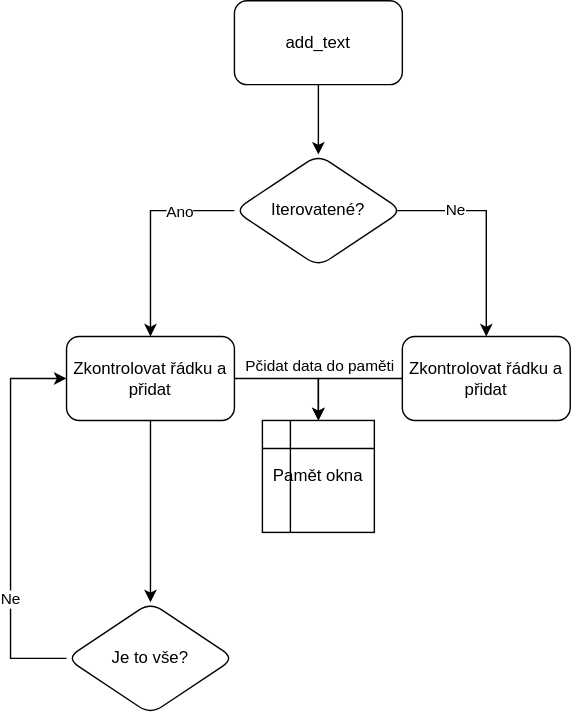
Earlier version of the draw.io export latex/pictures/logic-window.drawio.svg (Kybernauti-4/DnD_YearWork). Source tidied: cells renumbered, new cells last; positions are measured from the earlier drawing's top-left corner, leaving out a move shared by most shapes. The source it was exported from:
```xml
<mxGraphModel>
  <root>
    <mxCell id="0" />
    <mxCell id="1" parent="0" />
    <mxCell id="2" style="edgeStyle=orthogonalEdgeStyle;rounded=0;jettySize=auto;html=1;entryX=0.5;entryY=0;entryDx=0;entryDy=0;" parent="1" edge="1" source="3" target="17">
      <mxGeometry relative="1" as="geometry" />
    </mxCell>
    <mxCell id="3" value="add_text" style="rounded=1;whiteSpace=wrap;html=1;" parent="1" vertex="1">
      <mxGeometry x="160" width="120" height="60" as="geometry" />
    </mxCell>
    <mxCell id="4" style="edgeStyle=orthogonalEdgeStyle;rounded=0;jettySize=auto;html=1;" parent="1" edge="1" source="6" target="16">
      <mxGeometry relative="1" as="geometry" />
    </mxCell>
    <mxCell id="5" style="edgeStyle=orthogonalEdgeStyle;rounded=0;jettySize=auto;html=1;exitX=1;exitY=0.5;exitDx=0;exitDy=0;entryX=0.5;entryY=0;entryDx=0;entryDy=0;" parent="1" edge="1" source="6" target="18">
      <mxGeometry relative="1" as="geometry" />
    </mxCell>
    <mxCell id="6" value="Zkontrolovat řádku a přidat" style="rounded=1;whiteSpace=wrap;html=1;" parent="1" vertex="1">
      <mxGeometry x="40" y="240" width="120" height="60" as="geometry" />
    </mxCell>
    <mxCell id="7" style="edgeStyle=orthogonalEdgeStyle;rounded=0;jettySize=auto;html=1;entryX=0.5;entryY=0;entryDx=0;entryDy=0;" parent="1" edge="1" source="9" target="18">
      <mxGeometry relative="1" as="geometry" />
    </mxCell>
    <mxCell id="8" value="Pčidat data do paměti" style="edgeLabel;html=1;align=center;verticalAlign=middle;" parent="7" vertex="1">
      <mxGeometry x="0.02" y="2" relative="1" as="geometry">
        <mxPoint x="-14" y="-12" as="offset" />
      </mxGeometry>
    </mxCell>
    <mxCell id="9" value="Zkontrolovat řádku a přidat" style="rounded=1;whiteSpace=wrap;html=1;" parent="1" vertex="1">
      <mxGeometry x="280" y="240" width="120" height="60" as="geometry" />
    </mxCell>
    <mxCell id="10" style="endArrow=classic;html=1;rounded=0;entryX=0.5;entryY=0;entryDx=0;entryDy=0;" parent="1" edge="1" target="9">
      <mxGeometry relative="1" as="geometry">
        <mxPoint x="270" y="150" as="sourcePoint" />
        <Array as="points">
          <mxPoint x="340" y="150" />
        </Array>
      </mxGeometry>
    </mxCell>
    <mxCell id="11" value="Ne" style="edgeLabel;html=1;align=center;verticalAlign=middle;" parent="10" vertex="1">
      <mxGeometry x="-0.41" y="1" relative="1" as="geometry" />
    </mxCell>
    <mxCell id="12" style="endArrow=classic;html=1;rounded=0;exitX=0;exitY=0.5;exitDx=0;exitDy=0;entryX=0.5;entryY=0;entryDx=0;entryDy=0;" parent="1" edge="1" source="17" target="6">
      <mxGeometry relative="1" as="geometry">
        <Array as="points">
          <mxPoint x="100" y="150" />
        </Array>
      </mxGeometry>
    </mxCell>
    <mxCell id="13" value="Ano&lt;br&gt;" style="edgeLabel;html=1;align=center;verticalAlign=middle;" parent="12" vertex="1">
      <mxGeometry x="-0.79" relative="1" as="geometry">
        <mxPoint x="-24" as="offset" />
      </mxGeometry>
    </mxCell>
    <mxCell id="14" style="edgeStyle=orthogonalEdgeStyle;rounded=0;jettySize=auto;html=1;entryX=0;entryY=0.5;entryDx=0;entryDy=0;" parent="1" edge="1" source="16" target="6">
      <mxGeometry relative="1" as="geometry">
        <Array as="points">
          <mxPoint y="470" />
          <mxPoint y="270" />
        </Array>
      </mxGeometry>
    </mxCell>
    <mxCell id="15" value="Ne" style="edgeLabel;html=1;align=center;verticalAlign=middle;" parent="14" vertex="1">
      <mxGeometry x="-0.41" y="1" relative="1" as="geometry" />
    </mxCell>
    <mxCell id="16" value="Je to vše?" style="rhombus;whiteSpace=wrap;html=1;rounded=1;" parent="1" vertex="1">
      <mxGeometry x="40" y="430" width="120" height="80" as="geometry" />
    </mxCell>
    <mxCell id="17" value="Iterovatené?" style="rhombus;whiteSpace=wrap;html=1;rounded=1;" parent="1" vertex="1">
      <mxGeometry x="160" y="110" width="120" height="80" as="geometry" />
    </mxCell>
    <mxCell id="18" value="Pamět okna" style="shape=internalStorage;whiteSpace=wrap;html=1;backgroundOutline=1;" parent="1" vertex="1">
      <mxGeometry x="180" y="300" width="80" height="80" as="geometry" />
    </mxCell>
  </root>
</mxGraphModel>
```
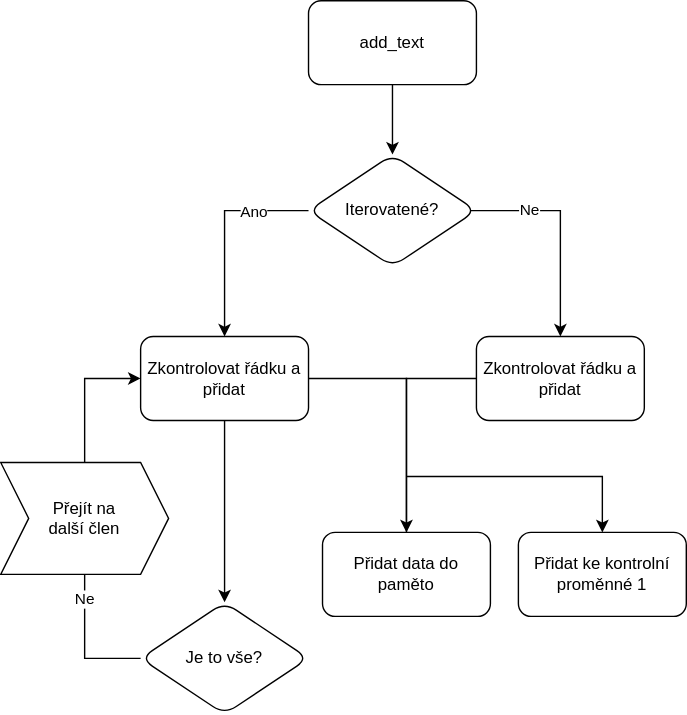
The same diagram one commit later.

What changed in the source:
```diff
@@ -11,20 +11,21 @@
     <mxCell id="4" style="edgeStyle=orthogonalEdgeStyle;rounded=0;jettySize=auto;html=1;" parent="1" edge="1" source="6" target="16">
       <mxGeometry relative="1" as="geometry" />
     </mxCell>
-    <mxCell id="5" style="edgeStyle=orthogonalEdgeStyle;rounded=0;jettySize=auto;html=1;exitX=1;exitY=0.5;exitDx=0;exitDy=0;entryX=0.5;entryY=0;entryDx=0;entryDy=0;" parent="1" edge="1" source="6" target="18">
-      <mxGeometry relative="1" as="geometry" />
+    <mxCell id="5" style="edgeStyle=orthogonalEdgeStyle;rounded=0;jettySize=auto;html=1;exitX=1;exitY=0.5;exitDx=0;exitDy=0;entryX=0.5;entryY=0;entryDx=0;entryDy=0;" parent="1" edge="1" source="6">
+      <mxGeometry relative="1" as="geometry">
+        <mxPoint x="230" y="410" as="targetPoint" />
+      </mxGeometry>
     </mxCell>
     <mxCell id="6" value="Zkontrolovat řádku a přidat" style="rounded=1;whiteSpace=wrap;html=1;" parent="1" vertex="1">
       <mxGeometry x="40" y="240" width="120" height="60" as="geometry" />
     </mxCell>
-    <mxCell id="7" style="edgeStyle=orthogonalEdgeStyle;rounded=0;jettySize=auto;html=1;entryX=0.5;entryY=0;entryDx=0;entryDy=0;" parent="1" edge="1" source="9" target="18">
-      <mxGeometry relative="1" as="geometry" />
+    <mxCell id="7" style="edgeStyle=orthogonalEdgeStyle;rounded=0;jettySize=auto;html=1;entryX=0.5;entryY=0;entryDx=0;entryDy=0;" parent="1" edge="1" source="9" target="21">
+      <mxGeometry relative="1" as="geometry">
+        <Array as="points">
+          <mxPoint x="230" y="270" />
+        </Array>
+      </mxGeometry>
     </mxCell>
-    <mxCell id="8" value="Pčidat data do paměti" style="edgeLabel;html=1;align=center;verticalAlign=middle;" parent="7" vertex="1">
-      <mxGeometry x="0.02" y="2" relative="1" as="geometry">
-        <mxPoint x="-14" y="-12" as="offset" />
-      </mxGeometry>
-    </mxCell>
     <mxCell id="9" value="Zkontrolovat řádku a přidat" style="rounded=1;whiteSpace=wrap;html=1;" parent="1" vertex="1">
       <mxGeometry x="280" y="240" width="120" height="60" as="geometry" />
     </mxCell>
@@ -68,8 +69,22 @@
     <mxCell id="17" value="Iterovatené?" style="rhombus;whiteSpace=wrap;html=1;rounded=1;" parent="1" vertex="1">
       <mxGeometry x="160" y="110" width="120" height="80" as="geometry" />
     </mxCell>
-    <mxCell id="18" value="Pamět okna" style="shape=internalStorage;whiteSpace=wrap;html=1;backgroundOutline=1;" parent="1" vertex="1">
-      <mxGeometry x="180" y="300" width="80" height="80" as="geometry" />
-    </mxCell>
+    <mxCell id="19" value="Přejít na &lt;br&gt;další člen" style="shape=step;perimeter=stepPerimeter;whiteSpace=wrap;html=1;fixedSize=1;" parent="1" vertex="1">
+      <mxGeometry x="-60" y="330" width="120" height="80" as="geometry" />
+    </mxCell>
+    <mxCell id="20" style="endArrow=classic;html=1;rounded=0;entryX=0.5;entryY=0;entryDx=0;entryDy=0;" parent="1" edge="1" target="22">
+      <mxGeometry relative="1" as="geometry">
+        <mxPoint x="230" y="340" as="sourcePoint" />
+        <Array as="points">
+          <mxPoint x="370" y="340" />
+        </Array>
+      </mxGeometry>
+    </mxCell>
+    <mxCell id="21" value="Přidat data do paměto" style="rounded=1;whiteSpace=wrap;html=1;" parent="1" vertex="1">
+      <mxGeometry x="170" y="380" width="120" height="60" as="geometry" />
+    </mxCell>
+    <mxCell id="22" value="Přidat ke kontrolní&lt;br&gt;proměnné 1" style="rounded=1;whiteSpace=wrap;html=1;" parent="1" vertex="1">
+      <mxGeometry x="310" y="380" width="120" height="60" as="geometry" />
+    </mxCell>
   </root>
 </mxGraphModel>
```
